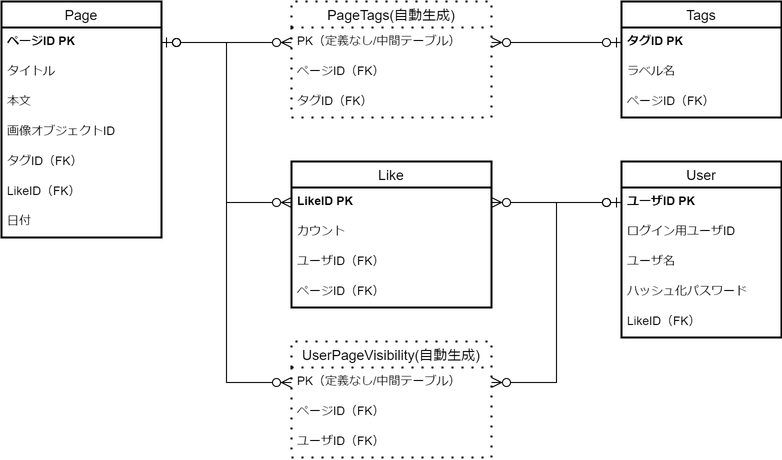
The draw.io diagram .github/images/dbdetail.drawio.png in nekono-dev/cfblog-practice, before a commit. Source tidied: cells renumbered, new cells last; positions are measured from the earlier drawing's top-left corner, leaving out a move shared by most shapes.
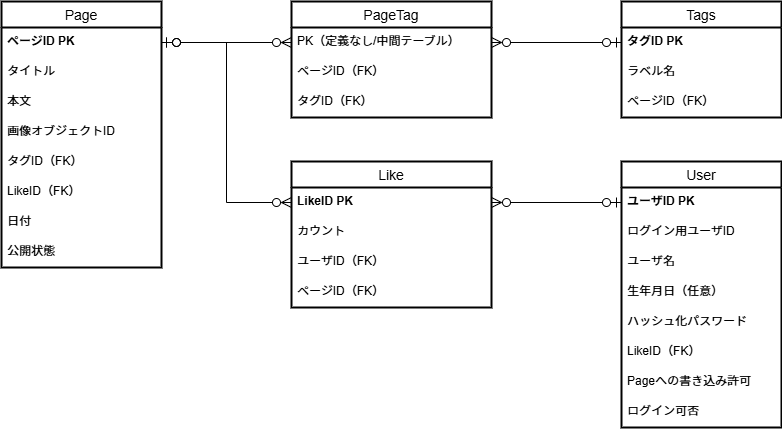
The same diagram one commit later.

Change to the diagram source:
```diff
@@ -3,7 +3,7 @@
     <mxCell id="0" />
     <mxCell id="1" parent="0" />
     <mxCell id="2" value="Page" style="swimlane;fontStyle=0;horizontal=1;startSize=26;align=center;fontSize=14;rounded=0;strokeWidth=2;" parent="1" vertex="1">
-      <mxGeometry width="160" height="236" as="geometry" />
+      <mxGeometry width="160" height="266" as="geometry" />
     </mxCell>
     <mxCell id="3" value="ページID PK" style="text;strokeColor=none;fillColor=none;spacingLeft=4;spacingRight=4;overflow=hidden;points=[[0,0.5],[1,0.5]];portConstraint=eastwest;fontSize=12;rounded=0;strokeWidth=2;fontStyle=1;" parent="2" vertex="1">
       <mxGeometry y="26" width="160" height="30" as="geometry" />
@@ -26,6 +26,9 @@
     <mxCell id="9" value="日付" style="text;strokeColor=none;fillColor=none;spacingLeft=4;spacingRight=4;overflow=hidden;fontSize=12;rounded=0;strokeWidth=2;" parent="2" vertex="1">
       <mxGeometry y="206" width="160" height="30" as="geometry" />
     </mxCell>
+    <mxCell id="39" value="公開状態" style="text;strokeColor=none;fillColor=none;spacingLeft=4;spacingRight=4;overflow=hidden;fontSize=12;rounded=0;strokeWidth=2;" parent="2" vertex="1">
+      <mxGeometry y="236" width="160" height="30" as="geometry" />
+    </mxCell>
     <mxCell id="10" value="Tags" style="swimlane;fontStyle=0;horizontal=1;startSize=26;align=center;fontSize=14;rounded=0;strokeWidth=2;" parent="1" vertex="1">
       <mxGeometry x="620" width="160" height="116" as="geometry" />
     </mxCell>
@@ -54,7 +57,7 @@
       <mxGeometry y="116" width="200" height="30" as="geometry" />
     </mxCell>
     <mxCell id="19" value="User" style="swimlane;fontStyle=0;horizontal=1;startSize=26;align=center;fontSize=14;rounded=0;strokeWidth=2;" parent="1" vertex="1">
-      <mxGeometry x="620" y="160" width="160" height="176" as="geometry" />
+      <mxGeometry x="620" y="160" width="160" height="266" as="geometry" />
     </mxCell>
     <mxCell id="20" value="ユーザID PK" style="text;strokeColor=none;fillColor=none;spacingLeft=4;spacingRight=4;overflow=hidden;points=[[0,0.5],[1,0.5]];portConstraint=eastwest;fontSize=12;rounded=0;strokeWidth=2;fontStyle=1;" parent="19" vertex="1">
       <mxGeometry y="26" width="160" height="30" as="geometry" />
@@ -65,13 +68,22 @@
     <mxCell id="22" value="ユーザ名" style="text;strokeColor=none;fillColor=none;spacingLeft=4;spacingRight=4;overflow=hidden;fontSize=12;rounded=0;strokeWidth=2;" parent="19" vertex="1">
       <mxGeometry y="86" width="160" height="30" as="geometry" />
     </mxCell>
+    <mxCell id="40" value="生年月日（任意）" style="text;strokeColor=none;fillColor=none;spacingLeft=4;spacingRight=4;overflow=hidden;fontSize=12;rounded=0;strokeWidth=2;" parent="19" vertex="1">
+      <mxGeometry y="116" width="160" height="30" as="geometry" />
+    </mxCell>
     <mxCell id="23" value="ハッシュ化パスワード" style="text;strokeColor=none;fillColor=none;spacingLeft=4;spacingRight=4;overflow=hidden;fontSize=12;rounded=0;strokeWidth=2;" parent="19" vertex="1">
-      <mxGeometry y="116" width="160" height="30" as="geometry" />
+      <mxGeometry y="146" width="160" height="30" as="geometry" />
     </mxCell>
     <mxCell id="24" value="LikeID（FK）" style="text;strokeColor=none;fillColor=none;spacingLeft=4;spacingRight=4;overflow=hidden;fontSize=12;rounded=0;strokeWidth=2;" parent="19" vertex="1">
-      <mxGeometry y="146" width="160" height="30" as="geometry" />
+      <mxGeometry y="176" width="160" height="30" as="geometry" />
     </mxCell>
+    <mxCell id="41" value="Pageへの書き込み許可" style="text;strokeColor=none;fillColor=none;spacingLeft=4;spacingRight=4;overflow=hidden;fontSize=12;rounded=0;strokeWidth=2;" parent="19" vertex="1">
+      <mxGeometry y="206" width="160" height="30" as="geometry" />
+    </mxCell>
+    <mxCell id="42" value="ログイン可否" style="text;strokeColor=none;fillColor=none;spacingLeft=4;spacingRight=4;overflow=hidden;fontSize=12;rounded=0;strokeWidth=2;" parent="19" vertex="1">
+      <mxGeometry y="236" width="160" height="30" as="geometry" />
+    </mxCell>
-    <mxCell id="25" value="PageTags(自動生成)" style="swimlane;fontStyle=0;horizontal=1;startSize=26;align=center;fontSize=14;rounded=0;strokeWidth=2;dashed=1;dashPattern=1 4;" parent="1" vertex="1">
+    <mxCell id="25" value="PageTag" style="swimlane;fontStyle=0;horizontal=1;startSize=26;align=center;fontSize=14;rounded=0;strokeWidth=2;" parent="1" vertex="1">
       <mxGeometry x="290" width="200" height="116" as="geometry" />
     </mxCell>
     <mxCell id="26" value="PK（定義なし/中間テーブル）" style="text;strokeColor=none;fillColor=none;spacingLeft=4;spacingRight=4;overflow=hidden;points=[[0,0.5],[1,0.5]];portConstraint=eastwest;fontSize=12;rounded=0;strokeWidth=2;" parent="25" vertex="1">
@@ -95,23 +107,5 @@
     <mxCell id="32" style="edgeStyle=orthogonalEdgeStyle;rounded=0;jettySize=auto;html=1;fontFamily=Helvetica;fontSize=14;fontColor=default;endArrow=ERzeroToMany;endFill=0;endSize=8;startArrow=ERzeroToOne;startFill=0;startSize=8;exitX=1;exitY=0.5;exitDx=0;exitDy=0;" parent="1" edge="1" source="3" target="15">
       <mxGeometry relative="1" as="geometry" />
     </mxCell>
-    <mxCell id="33" style="edgeStyle=orthogonalEdgeStyle;rounded=0;jettySize=auto;html=1;fontFamily=Helvetica;fontSize=14;fontColor=default;endArrow=ERzeroToMany;endFill=0;endSize=8;startArrow=ERzeroToOne;startFill=0;startSize=8;exitX=1;exitY=0.5;exitDx=0;exitDy=0;" parent="1" edge="1" source="3" target="36">
-      <mxGeometry relative="1" as="geometry" />
-    </mxCell>
-    <mxCell id="34" style="edgeStyle=orthogonalEdgeStyle;rounded=0;jettySize=auto;html=1;fontFamily=Helvetica;fontSize=14;fontColor=default;endArrow=ERzeroToMany;endFill=0;endSize=8;startArrow=ERzeroToOne;startFill=0;startSize=8;exitX=0;exitY=0.5;exitDx=0;exitDy=0;" parent="1" edge="1" source="20" target="36">
-      <mxGeometry relative="1" as="geometry" />
-    </mxCell>
-    <mxCell id="35" value="UserPageVisibility(自動生成)" style="swimlane;fontStyle=0;horizontal=1;startSize=26;align=center;fontSize=14;rounded=0;strokeWidth=2;dashed=1;dashPattern=1 4;" parent="1" vertex="1">
-      <mxGeometry x="290" y="340" width="200" height="116" as="geometry" />
-    </mxCell>
-    <mxCell id="36" value="PK（定義なし/中間テーブル）" style="text;strokeColor=none;fillColor=none;spacingLeft=4;spacingRight=4;overflow=hidden;points=[[0,0.5],[1,0.5]];portConstraint=eastwest;fontSize=12;rounded=0;strokeWidth=2;" parent="35" vertex="1">
-      <mxGeometry y="26" width="200" height="30" as="geometry" />
-    </mxCell>
-    <mxCell id="37" value="ページID（FK）" style="text;strokeColor=none;fillColor=none;spacingLeft=4;spacingRight=4;overflow=hidden;fontSize=12;rounded=0;strokeWidth=2;" parent="35" vertex="1">
-      <mxGeometry y="56" width="200" height="30" as="geometry" />
-    </mxCell>
-    <mxCell id="38" value="ユーザID（FK）" style="text;strokeColor=none;fillColor=none;spacingLeft=4;spacingRight=4;overflow=hidden;fontSize=12;rounded=0;strokeWidth=2;fontStyle=0;" parent="35" vertex="1">
-      <mxGeometry y="86" width="200" height="30" as="geometry" />
-    </mxCell>
   </root>
 </mxGraphModel>
```
